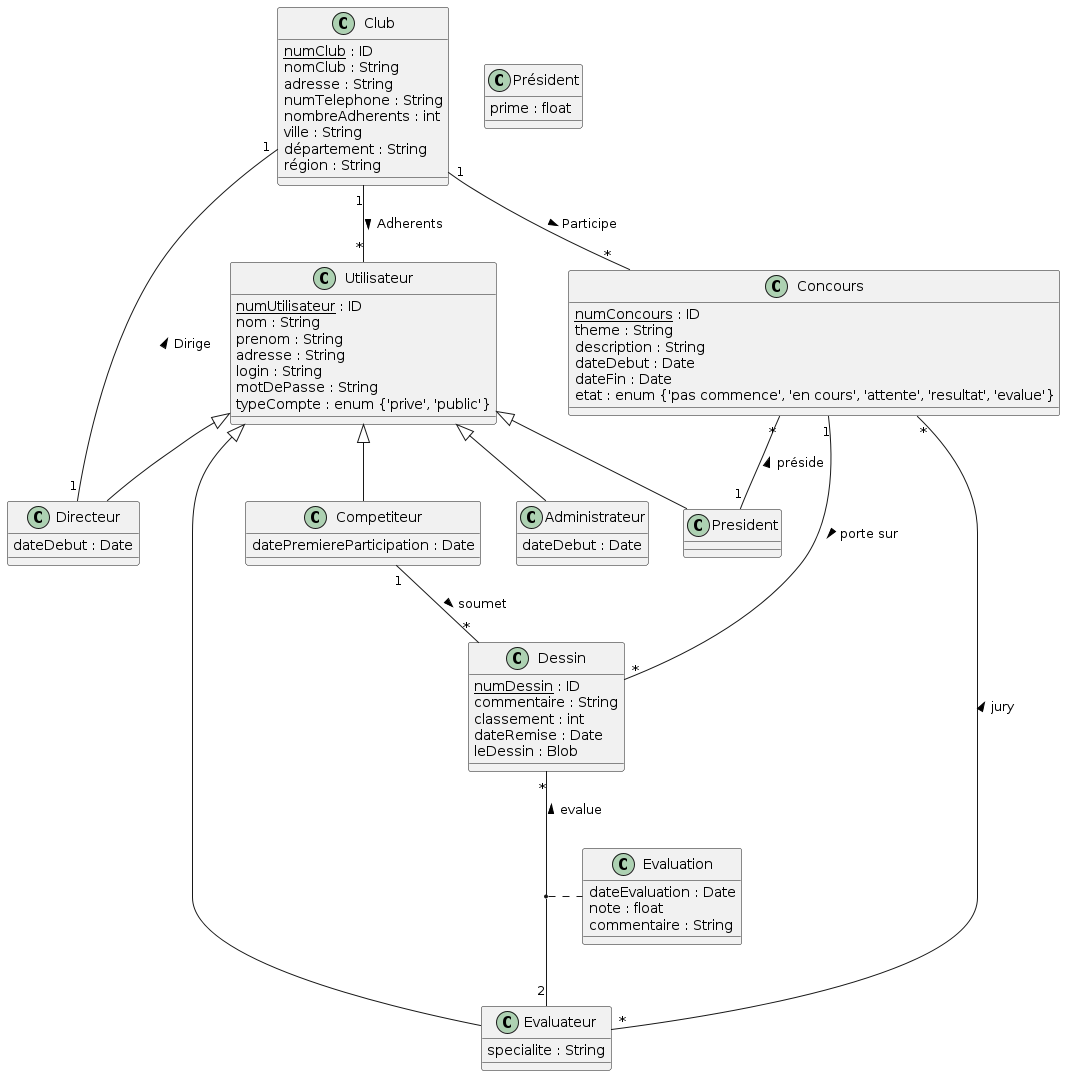
The PlantUML diagram docs/schema.png in matthieuEv/Draw-Arena, before a commit.
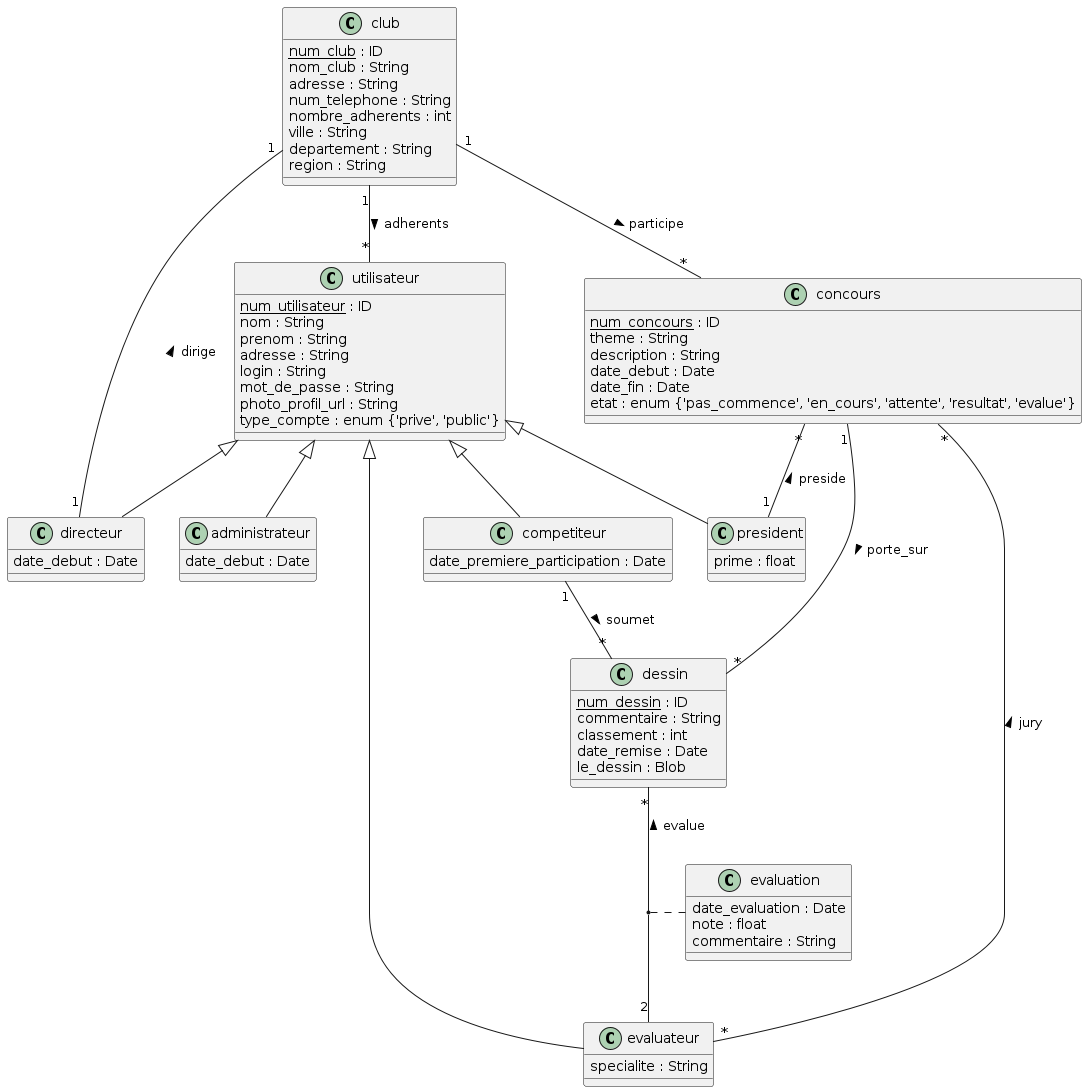
Later version of the same file.

Commit message:
Correction name of num and add photo_profil_url in db User

Change to the diagram source:
```diff
@@ -1,87 +1,88 @@
 @startuml
 skinparam classAttributeIconSize 0
 
-class Club {
-    <u>numClub</u> : ID
-    nomClub : String
+class club {
+    <u>num_club</u> : ID
+    nom_club : String
     adresse : String
-    numTelephone : String
-    nombreAdherents : int
+    num_telephone : String
+    nombre_adherents : int
     ville : String
-    département : String
-    région : String
+    departement : String
+    region : String
 }
 
-class Utilisateur {
-    <u>numUtilisateur</u> : ID
+class utilisateur {
+    <u>num_utilisateur</u> : ID
     nom : String
     prenom : String
     adresse : String
     login : String
-    motDePasse : String
-    typeCompte : enum {'prive', 'public'}
+    mot_de_passe : String
+    photo_profil_url : String
+    type_compte : enum {'prive', 'public'}
 }
 
-class Concours {
-    <u>numConcours</u> : ID
+class concours {
+    <u>num_concours</u> : ID
     theme : String
     description : String
-    dateDebut : Date
-    dateFin : Date
-    etat : enum {'pas commence', 'en cours', 'attente', 'resultat', 'evalue'}
+    date_debut : Date
+    date_fin : Date
+    etat : enum {'pas_commence', 'en_cours', 'attente', 'resultat', 'evalue'}
 }
 
-class Dessin {
-    <u>numDessin</u> : ID
+class dessin {
+    <u>num_dessin</u> : ID
     commentaire : String
     classement : int
-    dateRemise : Date
-    leDessin : Blob
+    date_remise : Date
+    le_dessin : Blob
 }
 
-class Evaluation {
-    dateEvaluation : Date
+class evaluation {
+    date_evaluation : Date
     note : float
     commentaire : String
 }
 
-class Competiteur {
-    datePremiereParticipation : Date
+class competiteur {
+    date_premiere_participation : Date
 }
 
-class Evaluateur {
+class evaluateur {
     specialite : String
 }
 
-class Président {
+class president {
     prime : float
 }
 
-class Administrateur {
-    dateDebut : Date
+class administrateur {
+    date_debut : Date
 }
 
-class Directeur {
-    dateDebut : Date
+class directeur {
+    date_debut : Date
 }
 
-Utilisateur <|-- Competiteur
-Utilisateur <|-- Evaluateur
-Utilisateur <|-- President
-Utilisateur <|-- Administrateur
-Utilisateur <|-- Directeur
+utilisateur <|-- competiteur
+utilisateur <|-- evaluateur
+utilisateur <|-- president
+utilisateur <|-- administrateur
+utilisateur <|-- directeur
 
-Club "1" -- "*" Utilisateur : Adherents >
-Club "1" -- "*" Concours : Participe >
-Club "1" - "1" Directeur : Dirige <
+club "1" -- "*" utilisateur : adherents >
+club "1" -- "*" concours : participe >
+club "1" - "1" directeur : dirige <
 
-Concours "1" -- "*" Dessin : porte sur >
-Concours "*" -- "1" President : préside <
-Concours "*" --- "*" Evaluateur : jury <
+concours "1" -- "*" dessin : porte_sur >
+concours "*" -- "1" president : preside <
+concours "*" --- "*" evaluateur : jury <
 
-Competiteur "1" -- "*" Dessin : soumet >
+competiteur "1" -- "*" dessin : soumet >
 
-Dessin "*" -- "2" Evaluateur : evalue <
-(Dessin, Evaluateur) .. Evaluation
+dessin "*" -- "2" evaluateur : evalue <
+(dessin, evaluateur) .. evaluation
 
 @enduml
```
